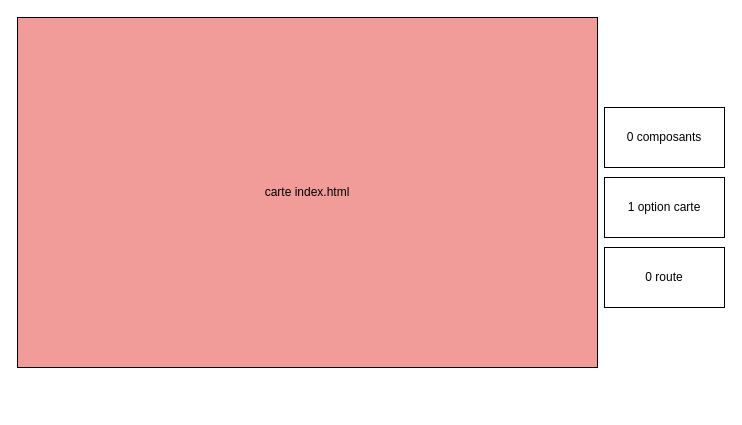
IlonaBaran/oracles keeps this draw.io diagram as page "etat_actuel_code" (4 of 5) of UML_diagrams.drawio. Above is the earlier version. Source tidied: cells renumbered, new cells numbered last; positions are measured from the earlier drawing's top-left corner, leaving out a move shared by most shapes. Both pictures are drawn from the tidied source at 100%, with x=0, y=0 at pixel (17, 17).
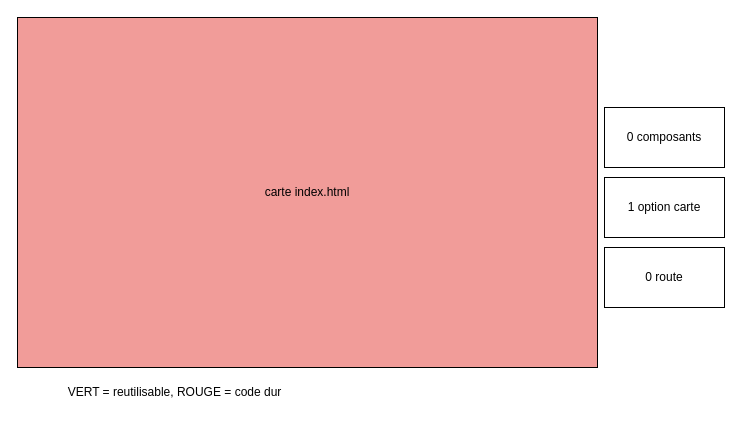
The same page after the edit.

Diff of the diagram source:
```diff
@@
 <mxGraphModel>
   <root>
     <mxCell id="0" />
     <mxCell id="1" parent="0" />
     <mxCell id="2" value="carte index.html" style="rounded=0;whiteSpace=wrap;html=1;fillColor=#F19C99;" parent="1" vertex="1">
       <mxGeometry width="580" height="350" as="geometry" />
     </mxCell>
     <mxCell id="3" value="1 option carte" style="whiteSpace=wrap;html=1;" parent="1" vertex="1">
       <mxGeometry x="587" y="160" width="120" height="60" as="geometry" />
     </mxCell>
     <mxCell id="4" value="0 composants" style="whiteSpace=wrap;html=1;" parent="1" vertex="1">
       <mxGeometry x="587" y="90" width="120" height="60" as="geometry" />
     </mxCell>
     <mxCell id="5" value="0 route" style="whiteSpace=wrap;html=1;" parent="1" vertex="1">
       <mxGeometry x="587" y="230" width="120" height="60" as="geometry" />
     </mxCell>
+    <mxCell id="6" value="VERT = reutilisable, ROUGE = code dur" style="text;html=1;strokeColor=none;fillColor=none;align=center;verticalAlign=middle;whiteSpace=wrap;rounded=0;" parent="1" vertex="1">
+      <mxGeometry x="30" y="360" width="255" height="30" as="geometry" />
+    </mxCell>
   </root>
 </mxGraphModel>
```
